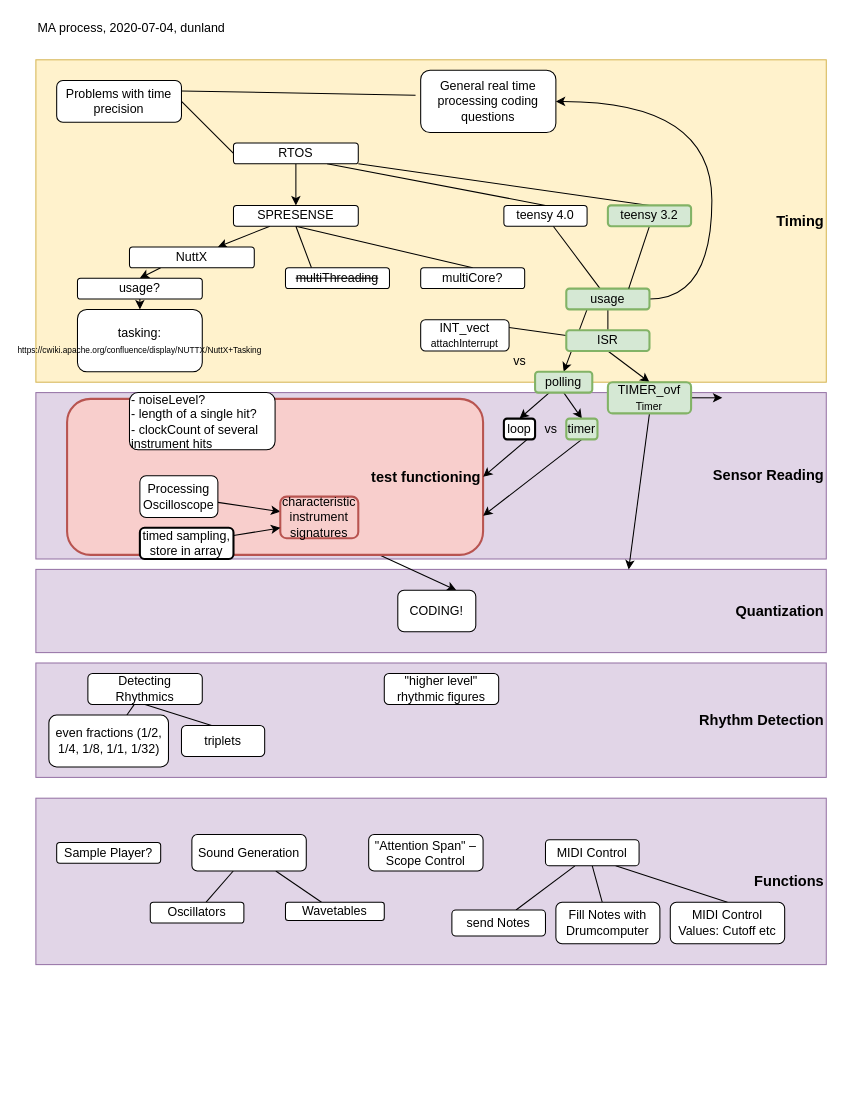
Earlier version of the draw.io diagram page "Progress" (1 of 3) of muscle/Doc/MA_progress.drawio (dunland/muscle). Source tidied: cells renumbered, new cells numbered last; positions are measured from the earlier drawing's top-left corner, leaving out a move shared by most shapes. Both pictures are drawn from the tidied source at 104%, with x=0, y=0 at pixel (35, 18).
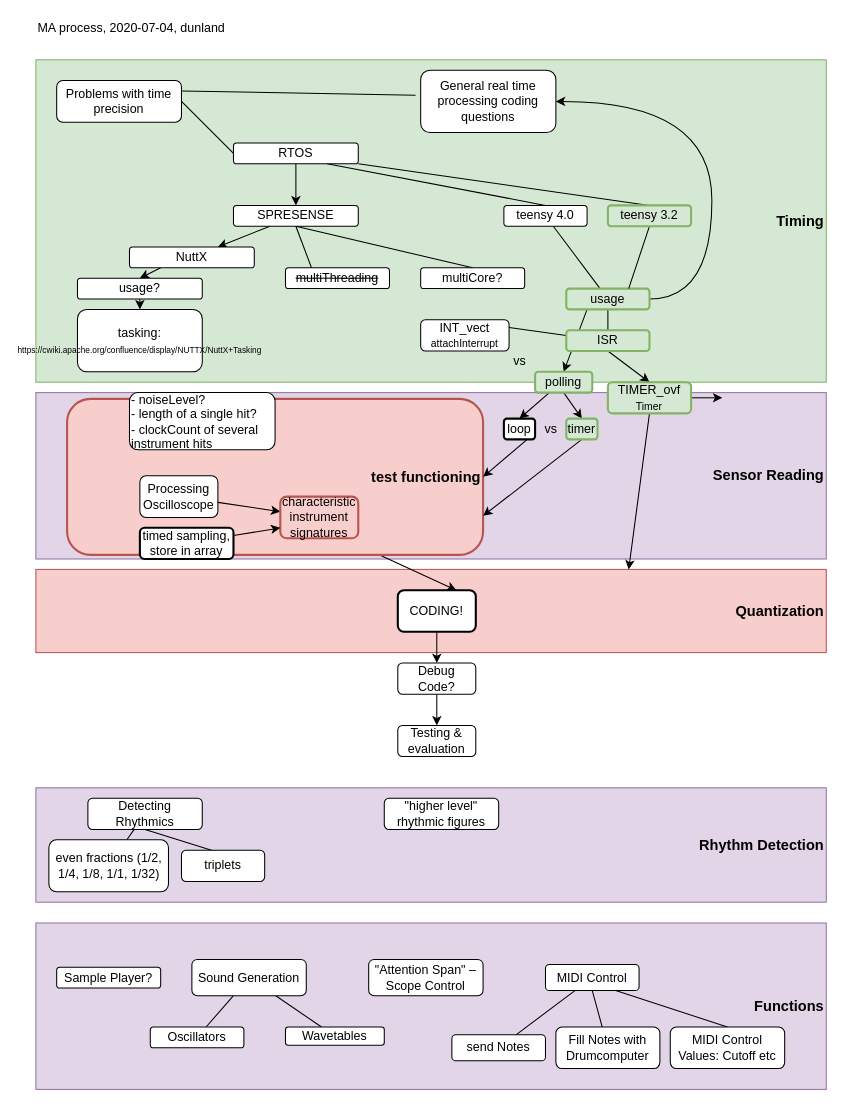
After the change.

Commit message (it also covers changes not shown here):
2020-07-13 timer Code begin

What changed in the source:
```diff
@@
-    <mxCell id="3" value="&lt;font size=&quot;1&quot;&gt;&lt;b style=&quot;font-size: 14px&quot;&gt;Timing&lt;/b&gt;&lt;/font&gt;" style="rounded=0;whiteSpace=wrap;html=1;align=right;strokeColor=#d6b656;fillColor=#fff2cc;" parent="1" vertex="1">
+    <mxCell id="3" value="&lt;font size=&quot;1&quot;&gt;&lt;b style=&quot;font-size: 14px&quot;&gt;Timing&lt;/b&gt;&lt;/font&gt;" style="rounded=0;whiteSpace=wrap;html=1;align=right;strokeColor=#82b366;fillColor=#d5e8d4;" parent="1" vertex="1">
       <mxGeometry y="40" width="760" height="310" as="geometry" />
     </mxCell>
@@
     <mxCell id="29" value="&lt;font size=&quot;1&quot;&gt;&lt;b style=&quot;font-size: 14px&quot;&gt;Rhythm Detection&lt;/b&gt;&lt;/font&gt;" style="rounded=0;whiteSpace=wrap;html=1;align=right;strokeColor=#9673a6;fillColor=#e1d5e7;" parent="1" vertex="1">
-      <mxGeometry y="620" width="760" height="110" as="geometry" />
+      <mxGeometry y="740" width="760" height="110" as="geometry" />
     </mxCell>
     <mxCell id="30" value="&lt;font size=&quot;1&quot;&gt;&lt;b style=&quot;font-size: 14px&quot;&gt;Functions&lt;br&gt;&lt;/b&gt;&lt;/font&gt;" style="rounded=0;whiteSpace=wrap;html=1;align=right;strokeColor=#9673a6;fillColor=#e1d5e7;" parent="1" vertex="1">
-      <mxGeometry y="750" width="760" height="160" as="geometry" />
+      <mxGeometry y="870" width="760" height="160" as="geometry" />
     </mxCell>
     <mxCell id="31" value="Sample Player?" style="rounded=1;whiteSpace=wrap;html=1;" parent="1" vertex="1">
-      <mxGeometry x="20" y="792.5" width="100" height="20" as="geometry" />
+      <mxGeometry x="20" y="912.5" width="100" height="20" as="geometry" />
     </mxCell>
@@
     <mxCell id="34" value="Sound Generation" style="rounded=1;whiteSpace=wrap;html=1;" parent="1" vertex="1">
-      <mxGeometry x="150" y="785" width="110" height="35" as="geometry" />
+      <mxGeometry x="150" y="905" width="110" height="35" as="geometry" />
     </mxCell>
     <mxCell id="35" value="Wavetables" style="rounded=1;whiteSpace=wrap;html=1;" parent="1" vertex="1">
-      <mxGeometry x="240" y="850" width="95" height="17.5" as="geometry" />
+      <mxGeometry x="240" y="970" width="95" height="17.5" as="geometry" />
     </mxCell>
     <mxCell id="36" value="Oscillators" style="rounded=1;whiteSpace=wrap;html=1;" parent="1" vertex="1">
-      <mxGeometry x="110" y="850" width="90" height="20" as="geometry" />
+      <mxGeometry x="110" y="970" width="90" height="20" as="geometry" />
     </mxCell>
     <mxCell id="37" value="&quot;Attention Span&quot; ‒ Scope Control" style="rounded=1;whiteSpace=wrap;html=1;" parent="1" vertex="1">
-      <mxGeometry x="320" y="785" width="110" height="35" as="geometry" />
+      <mxGeometry x="320" y="905" width="110" height="35" as="geometry" />
     </mxCell>
@@
     <mxCell id="40" value="Detecting Rhythmics" style="rounded=1;whiteSpace=wrap;html=1;" parent="1" vertex="1">
-      <mxGeometry x="50" y="630" width="110" height="30" as="geometry" />
+      <mxGeometry x="50" y="750" width="110" height="30" as="geometry" />
     </mxCell>
     <mxCell id="41" value="even fractions (1/2, 1/4, 1/8, 1/1, 1/32)" style="rounded=1;whiteSpace=wrap;html=1;" parent="1" vertex="1">
-      <mxGeometry x="12.5" y="670" width="115" height="50" as="geometry" />
+      <mxGeometry x="12.5" y="790" width="115" height="50" as="geometry" />
     </mxCell>
     <mxCell id="42" value="triplets" style="rounded=1;whiteSpace=wrap;html=1;" parent="1" vertex="1">
-      <mxGeometry x="140" y="680" width="80" height="30" as="geometry" />
+      <mxGeometry x="140" y="800" width="80" height="30" as="geometry" />
     </mxCell>
     <mxCell id="43" value="&quot;higher level&quot; rhythmic figures" style="rounded=1;whiteSpace=wrap;html=1;" parent="1" vertex="1">
-      <mxGeometry x="335" y="630" width="110" height="30" as="geometry" />
+      <mxGeometry x="335" y="750" width="110" height="30" as="geometry" />
     </mxCell>
@@
-    <mxCell id="45" value="&lt;font size=&quot;1&quot;&gt;&lt;b style=&quot;font-size: 14px&quot;&gt;Quantization&lt;br&gt;&lt;/b&gt;&lt;/font&gt;" style="rounded=0;whiteSpace=wrap;html=1;align=right;strokeColor=#9673a6;fillColor=#e1d5e7;" parent="1" vertex="1">
+    <mxCell id="45" value="&lt;font size=&quot;1&quot;&gt;&lt;b style=&quot;font-size: 14px&quot;&gt;Quantization&lt;br&gt;&lt;/b&gt;&lt;/font&gt;" style="rounded=0;whiteSpace=wrap;html=1;align=right;strokeColor=#b85450;fillColor=#f8cecc;" parent="1" vertex="1">
       <mxGeometry y="530" width="760" height="80" as="geometry" />
     </mxCell>
@@
     <mxCell id="52" value="MIDI Control" style="rounded=1;whiteSpace=wrap;html=1;" parent="1" vertex="1">
-      <mxGeometry x="490" y="790" width="90" height="25" as="geometry" />
+      <mxGeometry x="490" y="910" width="90" height="25" as="geometry" />
     </mxCell>
     <mxCell id="53" value="send Notes" style="rounded=1;whiteSpace=wrap;html=1;" parent="1" vertex="1">
-      <mxGeometry x="400" y="857.5" width="90" height="25" as="geometry" />
+      <mxGeometry x="400" y="977.5" width="90" height="25" as="geometry" />
     </mxCell>
     <mxCell id="54" value="Fill Notes with Drumcomputer" style="rounded=1;whiteSpace=wrap;html=1;" parent="1" vertex="1">
-      <mxGeometry x="500" y="850" width="100" height="40" as="geometry" />
+      <mxGeometry x="500" y="970" width="100" height="40" as="geometry" />
     </mxCell>
     <mxCell id="55" value="MIDI Control Values: Cutoff etc" style="rounded=1;whiteSpace=wrap;html=1;" parent="1" vertex="1">
-      <mxGeometry x="610" y="850" width="110" height="40" as="geometry" />
+      <mxGeometry x="610" y="970" width="110" height="40" as="geometry" />
     </mxCell>
@@
+    <mxCell id="81" style="edgeStyle=orthogonalEdgeStyle;rounded=0;jettySize=auto;html=1;" parent="1" edge="1" source="77" target="83">
+      <mxGeometry relative="1" as="geometry" />
+    </mxCell>
-    <mxCell id="77" value="CODING!" style="rounded=1;whiteSpace=wrap;html=1;strokeWidth=1;" parent="1" vertex="1">
+    <mxCell id="77" value="CODING!" style="rounded=1;whiteSpace=wrap;html=1;strokeWidth=2;" parent="1" vertex="1">
       <mxGeometry x="348" y="550" width="75" height="40" as="geometry" />
     </mxCell>
+    <mxCell id="82" style="edgeStyle=orthogonalEdgeStyle;rounded=0;jettySize=auto;html=1;entryX=0.5;entryY=0;entryDx=0;entryDy=0;" parent="1" edge="1" source="83" target="84">
+      <mxGeometry relative="1" as="geometry" />
+    </mxCell>
+    <mxCell id="83" value="Debug Code?" style="rounded=1;whiteSpace=wrap;html=1;strokeWidth=1;" parent="1" vertex="1">
+      <mxGeometry x="348" y="620" width="75" height="30" as="geometry" />
+    </mxCell>
@@
+    <mxCell id="84" value="Testing &amp;amp; evaluation" style="rounded=1;whiteSpace=wrap;html=1;strokeWidth=1;" parent="1" vertex="1">
+      <mxGeometry x="348" y="680" width="75" height="30" as="geometry" />
+    </mxCell>
```
